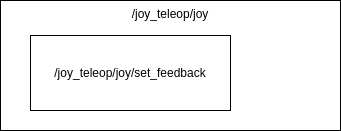
Before: Figures/drawio/husky_rqt.drawio.png, a diagram exported from draw.io (Lars-33/masteruia2). Source tidied: cells renumbered, new cells last; positions are measured from the earlier drawing's top-left corner, leaving out a move shared by most shapes.
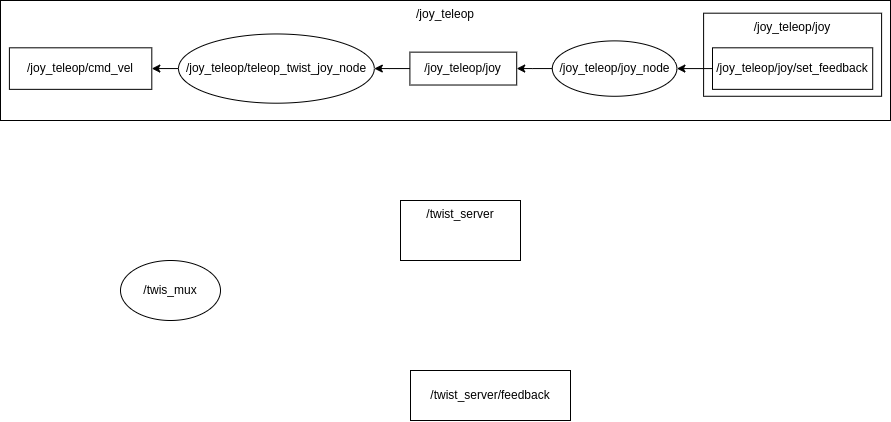
The same diagram one commit later.

Diff of the diagram source:
```diff
@@ -2,11 +2,50 @@
   <root>
     <mxCell id="0" />
     <mxCell id="1" parent="0" />
+    <mxCell id="4" style="group;" parent="1" vertex="1">
+      <mxGeometry x="-160" y="-100" width="890" height="120" as="geometry" />
+    </mxCell>
+    <mxCell id="5" value="/joy_teleop" style="rounded=0;whiteSpace=wrap;html=1;verticalAlign=top;" parent="4" vertex="1">
+      <mxGeometry width="890" height="120" as="geometry" />
+    </mxCell>
-    <mxCell id="2" value="/joy_teleop/joy" style="rounded=0;whiteSpace=wrap;html=1;verticalAlign=top;" parent="1" vertex="1">
-      <mxGeometry width="340" height="130" as="geometry" />
+    <mxCell id="2" value="/joy_teleop/joy" style="rounded=0;whiteSpace=wrap;html=1;verticalAlign=top;" parent="4" vertex="1">
+      <mxGeometry x="703.1" y="12.7" width="178" height="83.1" as="geometry" />
     </mxCell>
-    <mxCell id="3" value="/joy_teleop/joy/set_feedback" style="rounded=0;whiteSpace=wrap;html=1;" parent="1" vertex="1">
-      <mxGeometry x="30" y="35" width="200" height="75" as="geometry" />
+    <mxCell id="3" value="/joy_teleop/joy/set_feedback" style="rounded=0;whiteSpace=wrap;html=1;" parent="4" vertex="1">
+      <mxGeometry x="712" y="47.3" width="160.2" height="41.5" as="geometry" />
     </mxCell>
+    <mxCell id="6" value="/joy_teleop/joy_node" style="ellipse;whiteSpace=wrap;html=1;" parent="4" vertex="1">
+      <mxGeometry x="551.8" y="40.4" width="124.6" height="55.4" as="geometry" />
+    </mxCell>
+    <mxCell id="7" style="edgeStyle=orthogonalEdgeStyle;rounded=0;jettySize=auto;html=1;exitX=0;exitY=0.5;exitDx=0;exitDy=0;entryX=1;entryY=0.5;entryDx=0;entryDy=0;" parent="4" edge="1" source="3" target="6">
+      <mxGeometry relative="1" as="geometry" />
+    </mxCell>
+    <mxCell id="8" value="/joy_teleop/joy" style="rounded=0;whiteSpace=wrap;html=1;" parent="4" vertex="1">
+      <mxGeometry x="409.4" y="51.6" width="106.8" height="32.9" as="geometry" />
+    </mxCell>
+    <mxCell id="9" style="edgeStyle=orthogonalEdgeStyle;rounded=0;jettySize=auto;html=1;" parent="4" edge="1" source="6" target="8">
+      <mxGeometry relative="1" as="geometry" />
+    </mxCell>
+    <mxCell id="10" value="/joy_teleop/teleop_twist_joy_node" style="ellipse;whiteSpace=wrap;html=1;" parent="4" vertex="1">
+      <mxGeometry x="178" y="33.5" width="195.8" height="69.2" as="geometry" />
+    </mxCell>
+    <mxCell id="11" style="edgeStyle=orthogonalEdgeStyle;rounded=0;jettySize=auto;html=1;" parent="4" edge="1" source="8" target="10">
+      <mxGeometry relative="1" as="geometry" />
+    </mxCell>
+    <mxCell id="12" value="/joy_teleop/cmd_vel" style="rounded=0;whiteSpace=wrap;html=1;" parent="4" vertex="1">
+      <mxGeometry x="8.9" y="47.3" width="142.4" height="41.5" as="geometry" />
+    </mxCell>
+    <mxCell id="13" style="edgeStyle=orthogonalEdgeStyle;rounded=0;jettySize=auto;html=1;" parent="4" edge="1" source="10" target="12">
+      <mxGeometry relative="1" as="geometry" />
+    </mxCell>
+    <mxCell id="14" value="/twis_mux" style="ellipse;whiteSpace=wrap;html=1;" parent="1" vertex="1">
+      <mxGeometry x="-40" y="160" width="100" height="60" as="geometry" />
+    </mxCell>
+    <mxCell id="15" value="/twist_server" style="rounded=0;whiteSpace=wrap;html=1;verticalAlign=top;" parent="1" vertex="1">
+      <mxGeometry x="240" y="100" width="120" height="60" as="geometry" />
+    </mxCell>
+    <mxCell id="16" value="/twist_server/feedback" style="rounded=0;whiteSpace=wrap;html=1;" parent="1" vertex="1">
+      <mxGeometry x="250" y="270" width="160" height="50" as="geometry" />
+    </mxCell>
   </root>
 </mxGraphModel>
```
